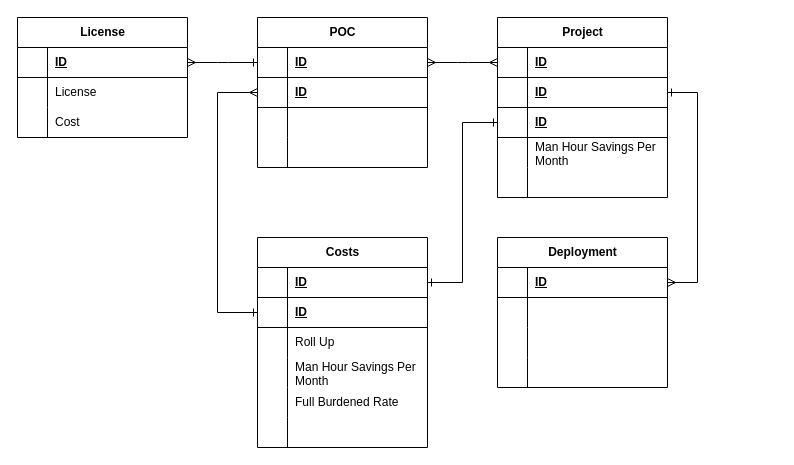
Earlier version of the draw.io diagram page "Option-3" (4 of 4) of erd-projint-01.drawio (josjreyes/GitInit). Source tidied: cells renumbered, new cells numbered last; positions are measured from the earlier drawing's top-left corner, leaving out a move shared by most shapes. Both pictures are drawn from the tidied source at 100%, with x=0, y=0 at pixel (17, 17).
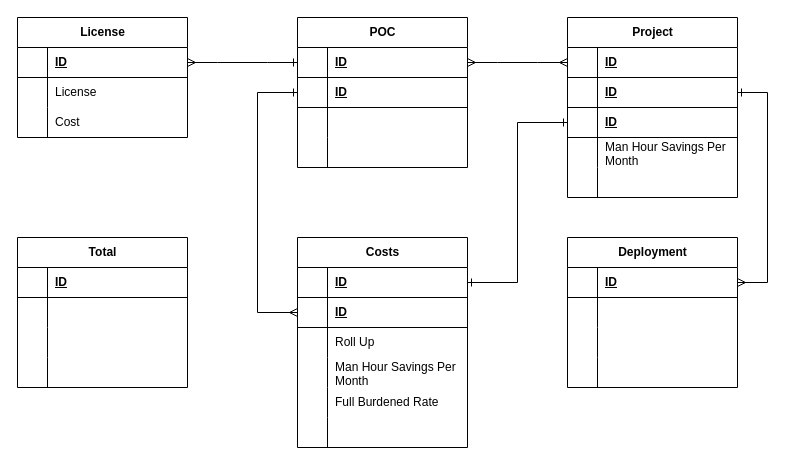
The same diagram, later.

The change refers to these unchanged cells:
```xml
<mxCell id="34" style="shape=tableRow;horizontal=0;startSize=0;swimlaneHead=0;swimlaneBody=0;fillColor=none;points=[[0,0.5],[1,0.5]];portConstraint=eastwest;top=0;left=0;right=0;bottom=1;" parent="30" vertex="1">
  <mxGeometry y="60" width="170" height="30" as="geometry" />
</mxCell>
<mxCell id="53" style="shape=tableRow;horizontal=0;startSize=0;swimlaneHead=0;swimlaneBody=0;fillColor=none;points=[[0,0.5],[1,0.5]];portConstraint=eastwest;top=0;left=0;right=0;bottom=1;" parent="49" vertex="1">
  <mxGeometry y="60" width="170" height="30" as="geometry" />
</mxCell>
```

Change to the diagram source:
```diff
@@
     <mxCell id="2" value="Project" style="shape=table;startSize=30;childLayout=tableLayout;rowLines=0;fontStyle=1;align=center;html=1;" parent="1" vertex="1">
-      <mxGeometry x="480" width="170" height="180" as="geometry" />
+      <mxGeometry x="550" width="170" height="180" as="geometry" />
     </mxCell>
@@
     <mxCell id="30" value="Costs" style="shape=table;startSize=30;childLayout=tableLayout;rowLines=0;fontStyle=1;align=center;html=1;" parent="1" vertex="1">
-      <mxGeometry x="240" y="220" width="170" height="210" as="geometry" />
+      <mxGeometry x="280" y="220" width="170" height="210" as="geometry" />
     </mxCell>
@@
     <mxCell id="49" value="POC" style="shape=table;startSize=30;childLayout=tableLayout;rowLines=0;fontStyle=1;align=center;html=1;" parent="1" vertex="1">
-      <mxGeometry x="240" width="170" height="150" as="geometry" />
+      <mxGeometry x="280" width="170" height="150" as="geometry" />
     </mxCell>
@@
     <mxCell id="63" value="Deployment" style="shape=table;startSize=30;childLayout=tableLayout;rowLines=0;fontStyle=1;align=center;html=1;" parent="1" vertex="1">
-      <mxGeometry x="480" y="220" width="170" height="150" as="geometry" />
+      <mxGeometry x="550" y="220" width="170" height="150" as="geometry" />
     </mxCell>
@@
+    <mxCell id="78" value="Total" style="shape=table;startSize=30;childLayout=tableLayout;rowLines=0;fontStyle=1;align=center;html=1;" parent="1" vertex="1">
+      <mxGeometry y="220" width="170" height="150" as="geometry" />
+    </mxCell>
+    <mxCell id="79" style="shape=tableRow;horizontal=0;startSize=0;swimlaneHead=0;swimlaneBody=0;fillColor=none;top=0;left=0;right=0;bottom=1;" parent="78" vertex="1">
+      <mxGeometry y="30" width="170" height="30" as="geometry" />
+    </mxCell>
+    <mxCell id="80" style="shape=partialRectangle;fillColor=none;top=0;left=0;bottom=0;right=0;fontStyle=1;overflow=hidden;whiteSpace=wrap;html=1;" parent="79" vertex="1">
+      <mxGeometry width="30" height="30" as="geometry" />
+    </mxCell>
+    <mxCell id="81" value="ID" style="shape=partialRectangle;fillColor=none;top=0;left=0;bottom=0;right=0;align=left;spacingLeft=6;fontStyle=5;overflow=hidden;whiteSpace=wrap;html=1;" parent="79" vertex="1">
+      <mxGeometry x="30" width="140" height="30" as="geometry" />
+    </mxCell>
+    <mxCell id="82" style="shape=tableRow;horizontal=0;startSize=0;swimlaneHead=0;swimlaneBody=0;fillColor=none;top=0;left=0;right=0;bottom=0;" parent="78" vertex="1">
+      <mxGeometry y="60" width="170" height="30" as="geometry" />
+    </mxCell>
+    <mxCell id="83" style="shape=partialRectangle;fillColor=none;top=0;left=0;bottom=0;right=0;overflow=hidden;whiteSpace=wrap;html=1;" parent="82" vertex="1">
+      <mxGeometry width="30" height="30" as="geometry" />
+    </mxCell>
+    <mxCell id="84" style="shape=partialRectangle;fillColor=none;top=0;left=0;bottom=0;right=0;align=left;spacingLeft=6;overflow=hidden;whiteSpace=wrap;html=1;" parent="82" vertex="1">
+      <mxGeometry x="30" width="140" height="30" as="geometry" />
+    </mxCell>
+    <mxCell id="85" style="shape=tableRow;horizontal=0;startSize=0;swimlaneHead=0;swimlaneBody=0;fillColor=none;top=0;left=0;right=0;bottom=0;" parent="78" vertex="1">
+      <mxGeometry y="90" width="170" height="30" as="geometry" />
+    </mxCell>
+    <mxCell id="86" style="shape=partialRectangle;fillColor=none;top=0;left=0;bottom=0;right=0;overflow=hidden;whiteSpace=wrap;html=1;" parent="85" vertex="1">
+      <mxGeometry width="30" height="30" as="geometry" />
+    </mxCell>
+    <mxCell id="87" style="shape=partialRectangle;fillColor=none;top=0;left=0;bottom=0;right=0;align=left;spacingLeft=6;overflow=hidden;whiteSpace=wrap;html=1;" parent="85" vertex="1">
+      <mxGeometry x="30" width="140" height="30" as="geometry" />
+    </mxCell>
+    <mxCell id="88" style="shape=tableRow;horizontal=0;startSize=0;swimlaneHead=0;swimlaneBody=0;fillColor=none;top=0;left=0;right=0;bottom=0;" parent="78" vertex="1">
+      <mxGeometry y="120" width="170" height="30" as="geometry" />
+    </mxCell>
+    <mxCell id="89" style="shape=partialRectangle;fillColor=none;top=0;left=0;bottom=0;right=0;overflow=hidden;whiteSpace=wrap;html=1;" parent="88" vertex="1">
+      <mxGeometry width="30" height="30" as="geometry" />
+    </mxCell>
+    <mxCell id="90" style="shape=partialRectangle;fillColor=none;top=0;left=0;bottom=0;right=0;align=left;spacingLeft=6;overflow=hidden;whiteSpace=wrap;html=1;" parent="88" vertex="1">
+      <mxGeometry x="30" width="140" height="30" as="geometry" />
+    </mxCell>
-    <mxCell id="77" style="edgeStyle=orthogonalEdgeStyle;rounded=0;jettySize=auto;html=1;entryX=0;entryY=0.5;entryDx=0;entryDy=0;endArrow=ERone;endFill=0;startArrow=ERmany;startFill=0;" parent="1" edge="1" source="53" target="34">
+    <mxCell id="77" style="edgeStyle=orthogonalEdgeStyle;rounded=0;jettySize=auto;html=1;endArrow=ERone;endFill=0;startArrow=ERmany;startFill=0;exitX=0;exitY=0.5;exitDx=0;exitDy=0;" parent="1" edge="1" source="34" target="53">
       <mxGeometry relative="1" as="geometry">
         <Array as="points">
-          <mxPoint x="200" y="75" />
-          <mxPoint x="200" y="295" />
+          <mxPoint x="240" y="295" />
+          <mxPoint x="240" y="75" />
         </Array>
       </mxGeometry>
     </mxCell>
```
